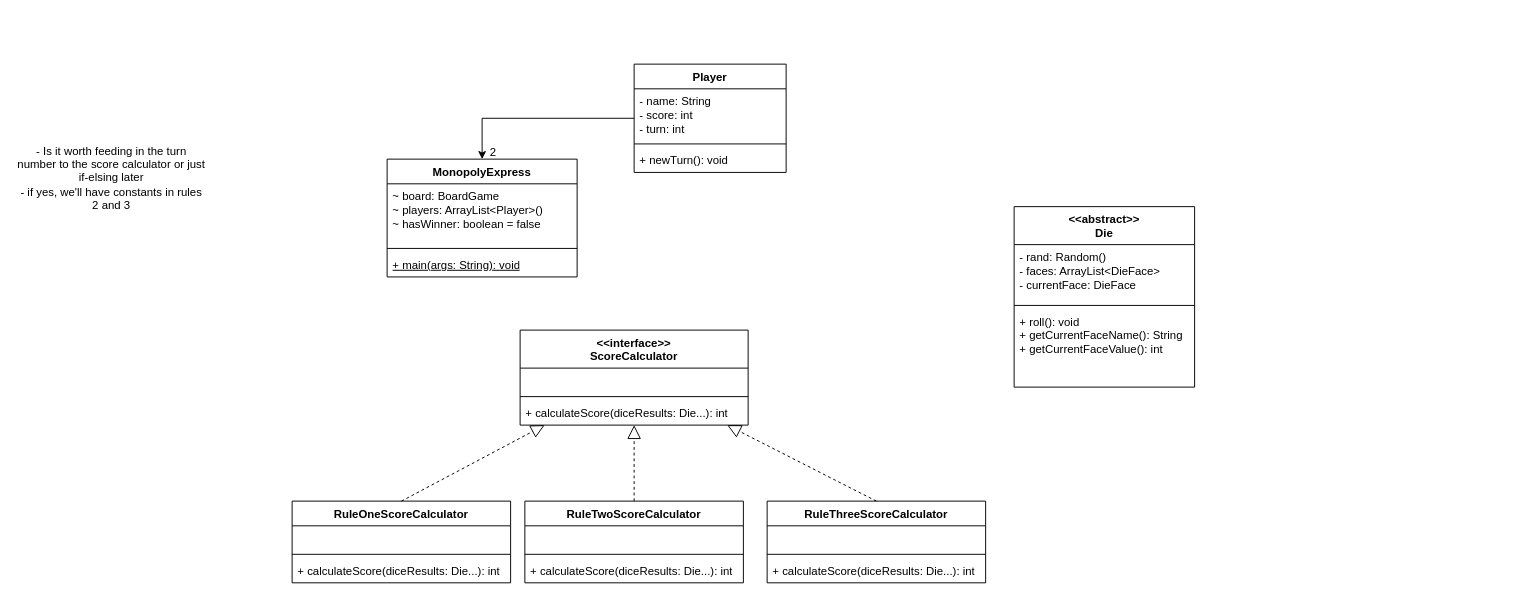
Earlier version of the draw.io diagram workshop9-week10.drawio (antonykimuom/SWEN30006-2025-SM1-workshop1-tuew05-14-00-team-12). Source tidied: cells renumbered, new cells numbered last; positions are measured from the earlier drawing's top-left corner, leaving out a move shared by most shapes. Both pictures are drawn from the tidied source at 95%, with x=0, y=0 at pixel (16, 64).
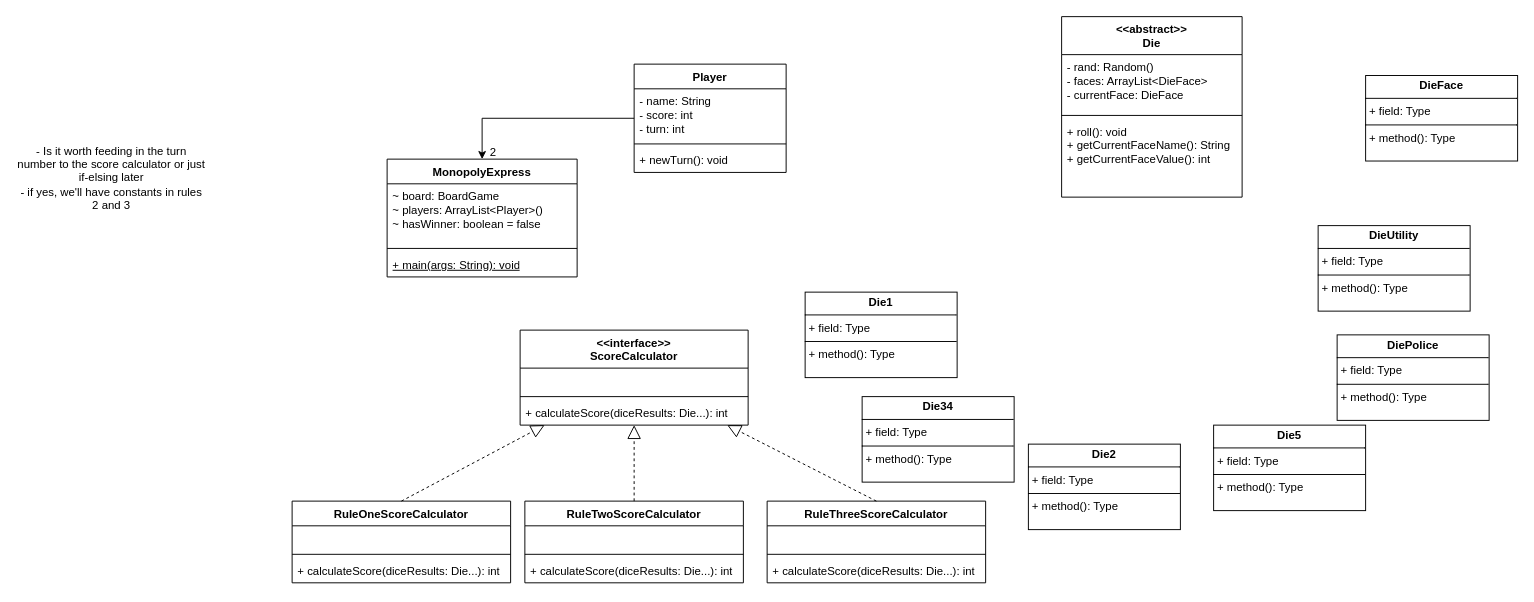
The same diagram, later.

Commit message:
added dice classes

Diff of the diagram source:
```diff
@@
     <mxCell id="32" value="&amp;lt;&amp;lt;abstract&amp;gt;&amp;gt;&lt;div&gt;Die&lt;/div&gt;" style="swimlane;fontStyle=1;align=center;verticalAlign=top;horizontal=1;startSize=40;whiteSpace=wrap;html=1;" parent="1" vertex="1">
-      <mxGeometry x="1050" y="150" width="190" height="190" as="geometry" />
+      <mxGeometry x="1100" y="-50" width="190" height="190" as="geometry" />
     </mxCell>
@@
+    <mxCell id="36" value="&lt;p style=&quot;margin:0px;margin-top:4px;text-align:center;&quot;&gt;&lt;b&gt;Die1&lt;/b&gt;&lt;/p&gt;&lt;hr size=&quot;1&quot; style=&quot;border-style:solid;&quot;&gt;&lt;p style=&quot;margin:0px;margin-left:4px;&quot;&gt;+ field: Type&lt;/p&gt;&lt;hr size=&quot;1&quot; style=&quot;border-style:solid;&quot;&gt;&lt;p style=&quot;margin:0px;margin-left:4px;&quot;&gt;+ method(): Type&lt;/p&gt;" style="verticalAlign=top;align=left;overflow=fill;html=1;whiteSpace=wrap;" parent="1" vertex="1">
+      <mxGeometry x="830" y="240" width="160" height="90" as="geometry" />
+    </mxCell>
+    <mxCell id="37" value="&lt;p style=&quot;margin:0px;margin-top:4px;text-align:center;&quot;&gt;&lt;b&gt;Die2&lt;/b&gt;&lt;/p&gt;&lt;hr size=&quot;1&quot; style=&quot;border-style:solid;&quot;&gt;&lt;p style=&quot;margin:0px;margin-left:4px;&quot;&gt;+ field: Type&lt;/p&gt;&lt;hr size=&quot;1&quot; style=&quot;border-style:solid;&quot;&gt;&lt;p style=&quot;margin:0px;margin-left:4px;&quot;&gt;+ method(): Type&lt;/p&gt;" style="verticalAlign=top;align=left;overflow=fill;html=1;whiteSpace=wrap;" parent="1" vertex="1">
+      <mxGeometry x="1065" y="400" width="160" height="90" as="geometry" />
+    </mxCell>
+    <mxCell id="38" value="&lt;p style=&quot;margin:0px;margin-top:4px;text-align:center;&quot;&gt;&lt;b&gt;Die34&lt;/b&gt;&lt;/p&gt;&lt;hr size=&quot;1&quot; style=&quot;border-style:solid;&quot;&gt;&lt;p style=&quot;margin:0px;margin-left:4px;&quot;&gt;+ field: Type&lt;/p&gt;&lt;hr size=&quot;1&quot; style=&quot;border-style:solid;&quot;&gt;&lt;p style=&quot;margin:0px;margin-left:4px;&quot;&gt;+ method(): Type&lt;/p&gt;" style="verticalAlign=top;align=left;overflow=fill;html=1;whiteSpace=wrap;" parent="1" vertex="1">
+      <mxGeometry x="890" y="350" width="160" height="90" as="geometry" />
+    </mxCell>
+    <mxCell id="39" value="&lt;p style=&quot;margin:0px;margin-top:4px;text-align:center;&quot;&gt;&lt;b&gt;Die5&lt;/b&gt;&lt;/p&gt;&lt;hr size=&quot;1&quot; style=&quot;border-style:solid;&quot;&gt;&lt;p style=&quot;margin:0px;margin-left:4px;&quot;&gt;+ field: Type&lt;/p&gt;&lt;hr size=&quot;1&quot; style=&quot;border-style:solid;&quot;&gt;&lt;p style=&quot;margin:0px;margin-left:4px;&quot;&gt;+ method(): Type&lt;/p&gt;" style="verticalAlign=top;align=left;overflow=fill;html=1;whiteSpace=wrap;" parent="1" vertex="1">
+      <mxGeometry x="1260" y="380" width="160" height="90" as="geometry" />
+    </mxCell>
+    <mxCell id="40" value="&lt;p style=&quot;margin:0px;margin-top:4px;text-align:center;&quot;&gt;&lt;b&gt;DiePolice&lt;/b&gt;&lt;/p&gt;&lt;hr size=&quot;1&quot; style=&quot;border-style:solid;&quot;&gt;&lt;p style=&quot;margin:0px;margin-left:4px;&quot;&gt;+ field: Type&lt;/p&gt;&lt;hr size=&quot;1&quot; style=&quot;border-style:solid;&quot;&gt;&lt;p style=&quot;margin:0px;margin-left:4px;&quot;&gt;+ method(): Type&lt;/p&gt;" style="verticalAlign=top;align=left;overflow=fill;html=1;whiteSpace=wrap;" parent="1" vertex="1">
+      <mxGeometry x="1390" y="285" width="160" height="90" as="geometry" />
+    </mxCell>
+    <mxCell id="41" value="&lt;p style=&quot;margin:0px;margin-top:4px;text-align:center;&quot;&gt;&lt;b&gt;DieUtility&lt;/b&gt;&lt;/p&gt;&lt;hr size=&quot;1&quot; style=&quot;border-style:solid;&quot;&gt;&lt;p style=&quot;margin:0px;margin-left:4px;&quot;&gt;+ field: Type&lt;/p&gt;&lt;hr size=&quot;1&quot; style=&quot;border-style:solid;&quot;&gt;&lt;p style=&quot;margin:0px;margin-left:4px;&quot;&gt;+ method(): Type&lt;/p&gt;" style="verticalAlign=top;align=left;overflow=fill;html=1;whiteSpace=wrap;" parent="1" vertex="1">
+      <mxGeometry x="1370" y="170" width="160" height="90" as="geometry" />
+    </mxCell>
+    <mxCell id="42" value="&lt;p style=&quot;margin:0px;margin-top:4px;text-align:center;&quot;&gt;&lt;b&gt;DieFace&lt;/b&gt;&lt;/p&gt;&lt;hr size=&quot;1&quot; style=&quot;border-style:solid;&quot;&gt;&lt;p style=&quot;margin:0px;margin-left:4px;&quot;&gt;+ field: Type&lt;/p&gt;&lt;hr size=&quot;1&quot; style=&quot;border-style:solid;&quot;&gt;&lt;p style=&quot;margin:0px;margin-left:4px;&quot;&gt;+ method(): Type&lt;/p&gt;" style="verticalAlign=top;align=left;overflow=fill;html=1;whiteSpace=wrap;" parent="1" vertex="1">
+      <mxGeometry x="1420" y="12" width="160" height="90" as="geometry" />
+    </mxCell>
```
